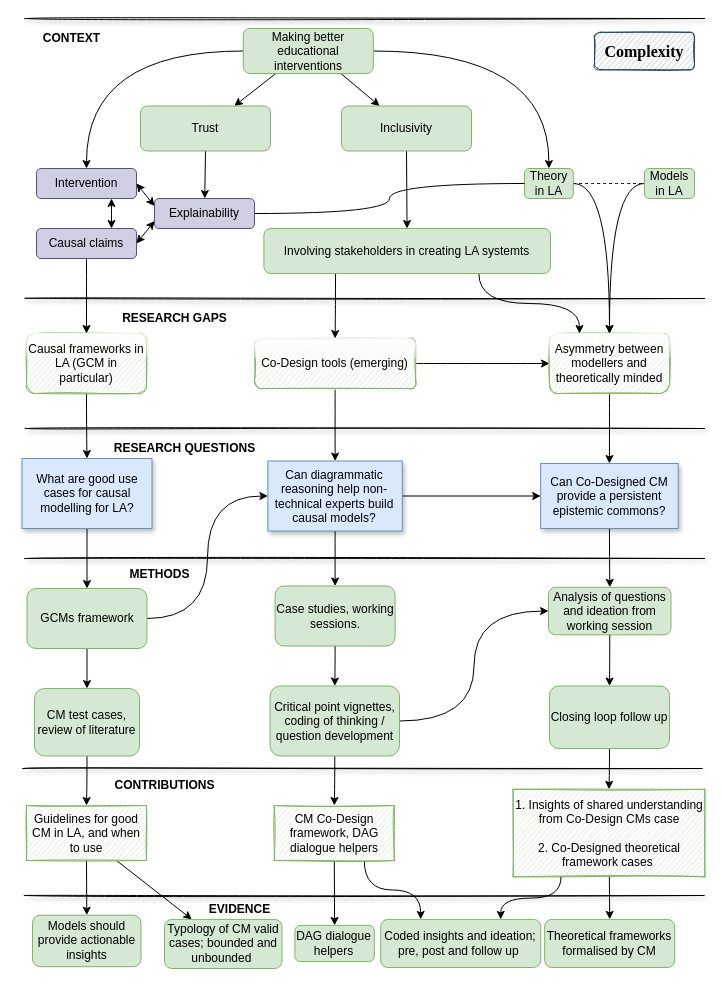
benwhicks/phd keeps this draw.io diagram as page "Page-3" (3 of 3) of Thesis diagram.drawio. Above is the earlier version. Source tidied: cells renumbered, new cells numbered last; positions are measured from the earlier drawing's top-left corner, leaving out a move shared by most shapes. Both pictures are drawn from the tidied source at 100%, with x=0, y=0 at pixel (22, 18).
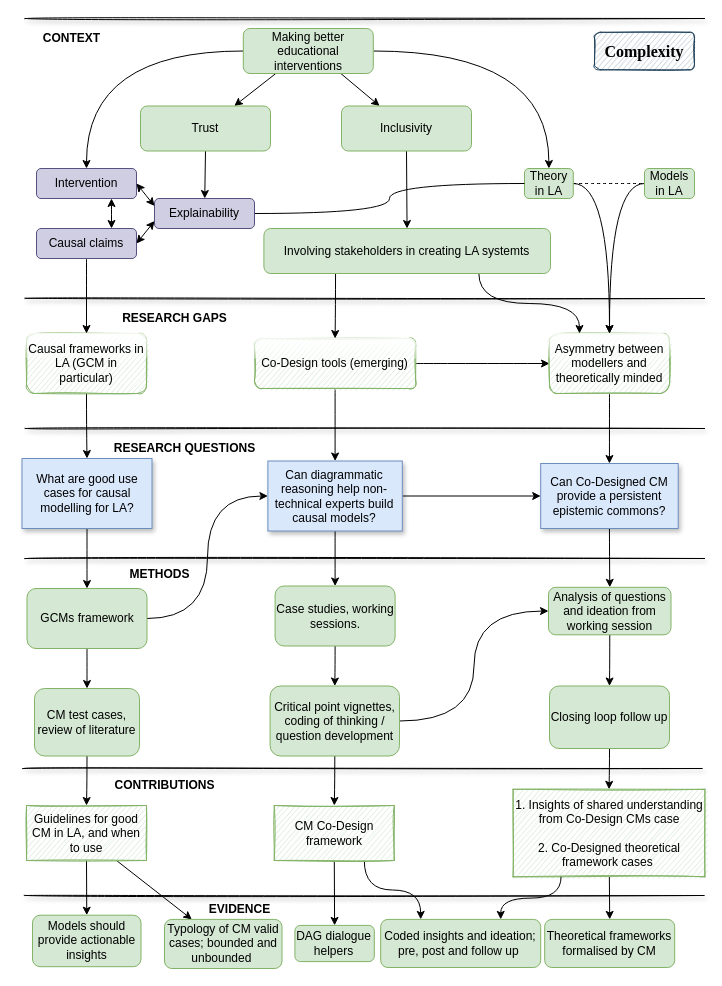
The same diagram, later.

Diff of the diagram source:
```diff
@@
-    <mxCell id="72" value="CM Co-Design framework, DAG dialogue helpers" style="whiteSpace=wrap;html=1;rounded=0;shadow=0;glass=0;sketch=1;fillColor=#d5e8d4;strokeColor=#82b366;" parent="1" vertex="1">
+    <mxCell id="72" value="CM Co-Design framework" style="whiteSpace=wrap;html=1;rounded=0;shadow=0;glass=0;sketch=1;fillColor=#d5e8d4;strokeColor=#82b366;" parent="1" vertex="1">
       <mxGeometry x="251.8" y="787" width="120" height="55" as="geometry" />
     </mxCell>
```
